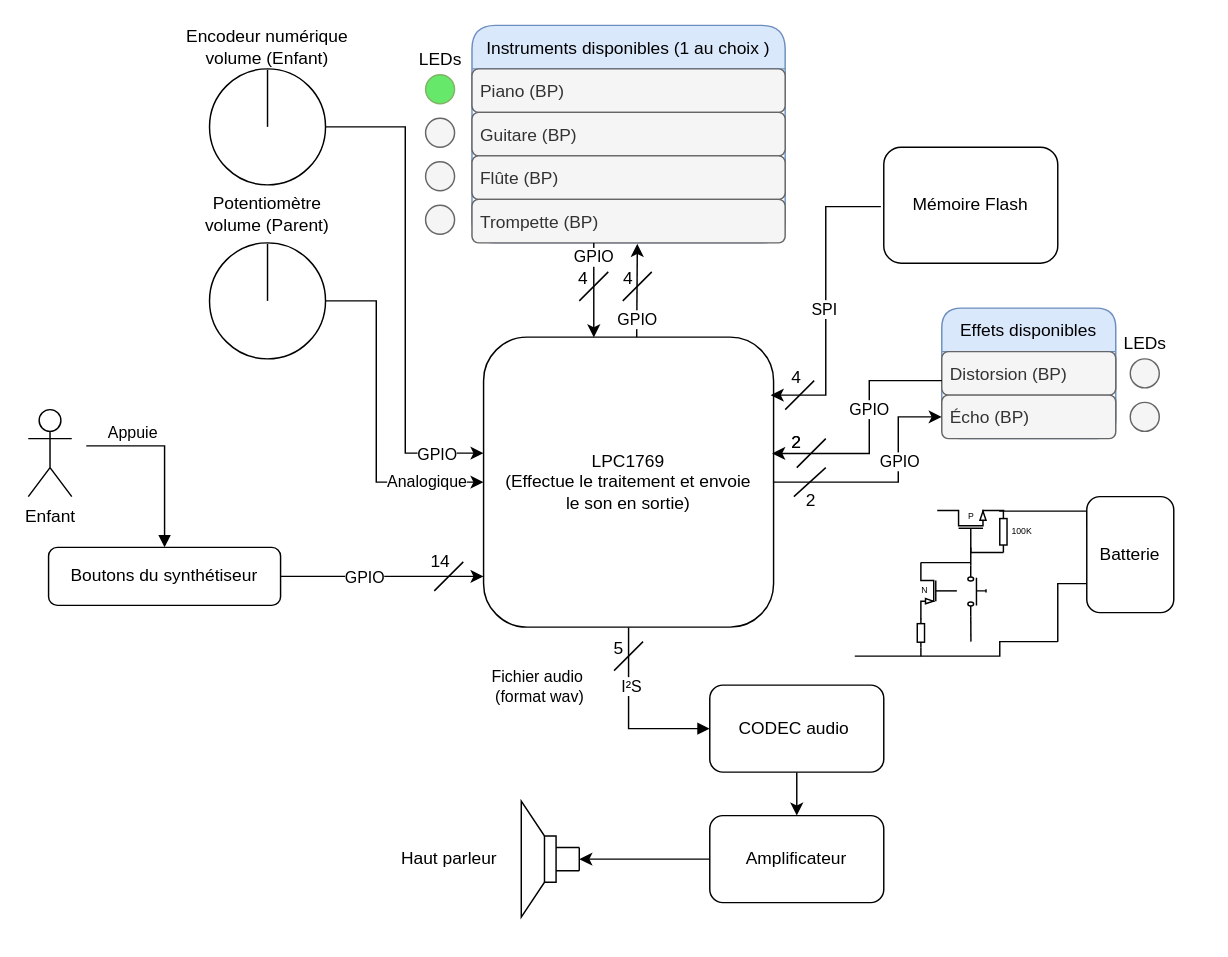
Above: Schemas/Schema_fonctionnel.drawio in Ithoh/ProjetSynthe (draw.io), before the change. Source tidied: cells renumbered, new cells numbered last; positions are measured from the earlier drawing's top-left corner, leaving out a move shared by most shapes. Both pictures are drawn from the tidied source at 145%, with x=0, y=0 at pixel (28, 25).
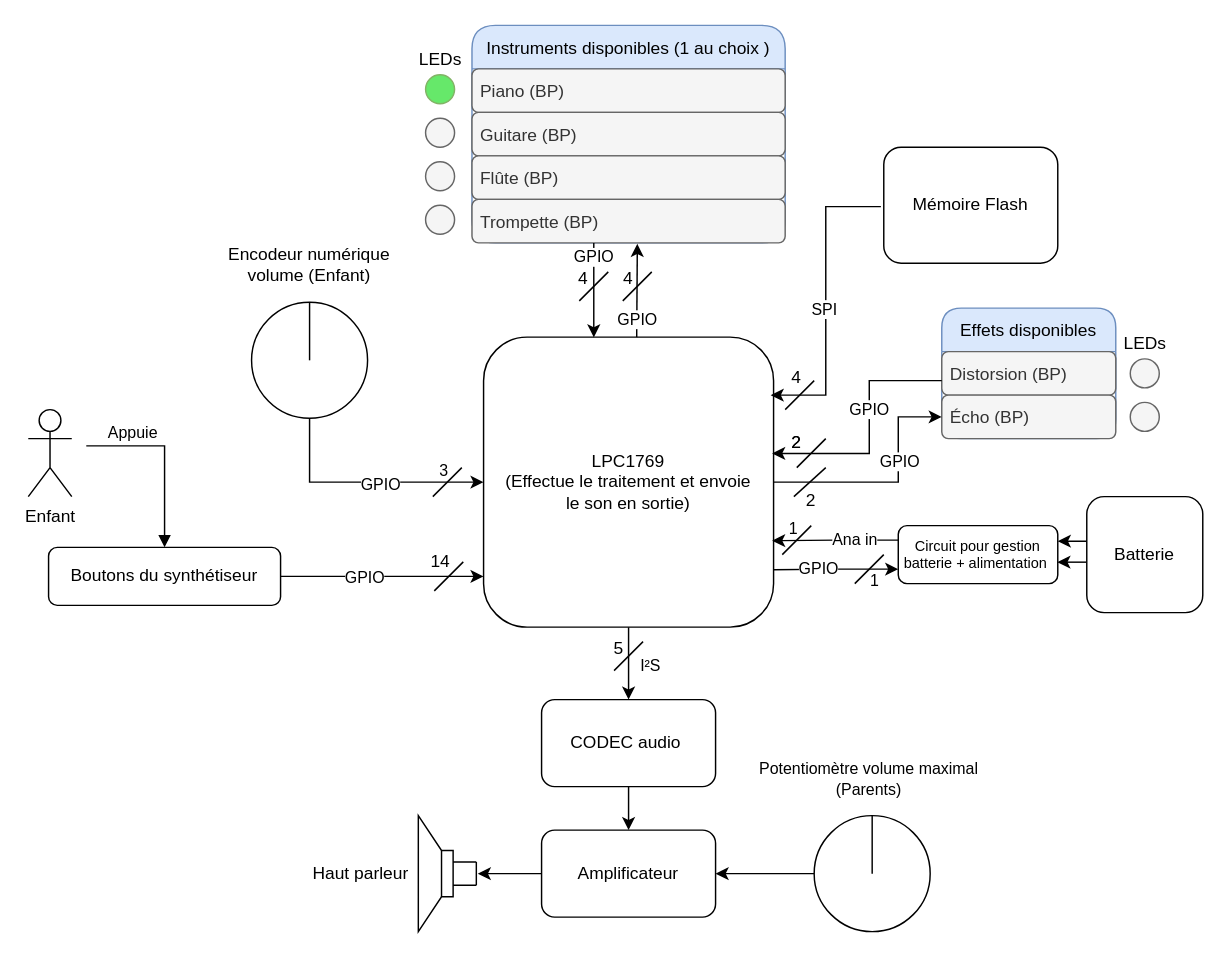
After the change.

Unchanged cells that the change refers to:
```xml
<mxCell id="8" value="LPC1769&lt;br&gt;(Effectue le traitement et envoie&lt;br&gt;le son en sortie)" style="rounded=1;whiteSpace=wrap;html=1;align=center;" parent="1" vertex="1">
  <mxGeometry x="314" y="215" width="200" height="200" as="geometry" />
</mxCell>
```

What changed in the source:
```diff
@@
+    <mxCell id="88" style="edgeStyle=orthogonalEdgeStyle;rounded=0;jettySize=auto;html=1;exitX=0;exitY=0.5;exitDx=0;exitDy=0;entryX=1;entryY=0.5;entryDx=0;entryDy=0;fontSize=11;startArrow=none;startFill=0;endArrow=classic;endFill=1;" parent="1" edge="1" source="89" target="63">
+      <mxGeometry relative="1" as="geometry" />
+    </mxCell>
+    <mxCell id="89" style="ellipse;whiteSpace=wrap;html=1;fontSize=11;fillColor=none;" parent="1" vertex="1">
+      <mxGeometry x="542" y="545" width="80" height="80" as="geometry" />
+    </mxCell>
+    <mxCell id="90" style="edgeStyle=orthogonalEdgeStyle;rounded=0;jettySize=auto;html=1;exitX=0.5;exitY=1;exitDx=0;exitDy=0;entryX=0;entryY=0.5;entryDx=0;entryDy=0;fontSize=11;startArrow=none;startFill=0;endArrow=classic;endFill=1;" parent="1" edge="1" source="33" target="8">
+      <mxGeometry relative="1" as="geometry" />
+    </mxCell>
+    <mxCell id="91" value="GPIO" style="edgeLabel;html=1;align=center;verticalAlign=middle;fontSize=11;" parent="90" vertex="1">
+      <mxGeometry x="0.12" y="-1" relative="1" as="geometry" />
+    </mxCell>
+    <mxCell id="33" style="ellipse;whiteSpace=wrap;html=1;fillColor=none;" parent="1" vertex="1">
+      <mxGeometry x="154" y="191" width="80" height="80" as="geometry" />
+    </mxCell>
@@
-    <mxCell id="5" style="edgeStyle=orthogonalEdgeStyle;rounded=0;jettySize=auto;html=1;endArrow=block;endFill=1;" parent="1" edge="1" source="8">
-      <mxGeometry relative="1" as="geometry">
-        <mxPoint x="470" y="485" as="targetPoint" />
-        <Array as="points">
-          <mxPoint x="414" y="485" />
-        </Array>
-      </mxGeometry>
-    </mxCell>
-    <mxCell id="6" value="Fichier audio&lt;br&gt;&amp;nbsp;(format wav)" style="edgeLabel;html=1;align=center;verticalAlign=middle;" parent="5" vertex="1">
-      <mxGeometry x="-0.6" y="-1" relative="1" as="geometry">
-        <mxPoint x="-63" y="15" as="offset" />
-      </mxGeometry>
-    </mxCell>
-    <mxCell id="7" value="I²S" style="edgeLabel;html=1;align=center;verticalAlign=middle;" parent="5" vertex="1">
-      <mxGeometry x="-0.37" y="1" relative="1" as="geometry" />
-    </mxCell>
+    <mxCell id="92" style="edgeStyle=orthogonalEdgeStyle;rounded=0;jettySize=auto;html=1;exitX=0.5;exitY=1;exitDx=0;exitDy=0;entryX=0.5;entryY=0;entryDx=0;entryDy=0;fontSize=11;startArrow=none;startFill=0;endArrow=classic;endFill=1;" parent="1" edge="1" source="8" target="61">
+      <mxGeometry relative="1" as="geometry" />
+    </mxCell>
@@
-    <mxCell id="23" style="edgeStyle=orthogonalEdgeStyle;rounded=0;jettySize=auto;html=1;exitX=0;exitY=0.25;exitDx=0;exitDy=0;entryX=1;entryY=0;entryDx=0;entryDy=0;entryPerimeter=0;endArrow=none;endFill=0;" parent="1" edge="1" source="25">
-      <mxGeometry relative="1" as="geometry">
-        <mxPoint x="669.6" y="335" as="targetPoint" />
-        <Array as="points">
-          <mxPoint x="730" y="335" />
-        </Array>
-      </mxGeometry>
-    </mxCell>
-    <mxCell id="24" style="edgeStyle=orthogonalEdgeStyle;rounded=0;jettySize=auto;html=1;exitX=0;exitY=0.75;exitDx=0;exitDy=0;fontSize=6;endArrow=none;endFill=0;" parent="1" edge="1" source="25">
-      <mxGeometry relative="1" as="geometry">
-        <mxPoint x="710" y="425" as="targetPoint" />
-      </mxGeometry>
-    </mxCell>
+    <mxCell id="93" style="edgeStyle=orthogonalEdgeStyle;rounded=0;jettySize=auto;html=1;exitX=0;exitY=0.384;exitDx=0;exitDy=0;entryX=1;entryY=0.25;entryDx=0;entryDy=0;fontSize=11;endArrow=classic;endFill=1;exitPerimeter=0;" parent="1" edge="1" source="25" target="97">
+      <mxGeometry relative="1" as="geometry" />
+    </mxCell>
     <mxCell id="25" value="Batterie" style="rounded=1;whiteSpace=wrap;html=1;" parent="1" vertex="1">
-      <mxGeometry x="730" y="325" width="60" height="80" as="geometry" />
+      <mxGeometry x="730" y="325" width="80" height="80" as="geometry" />
     </mxCell>
@@
     <mxCell id="29" style="verticalLabelPosition=bottom;shadow=0;dashed=0;align=center;html=1;verticalAlign=top;shape=mxgraph.electrical.electro-mechanical.loudspeaker;rounded=1;sketch=0;rotation=0;direction=west;" parent="1" vertex="1">
-      <mxGeometry x="340" y="535" width="40" height="80" as="geometry" />
+      <mxGeometry x="269" y="545" width="40" height="80" as="geometry" />
     </mxCell>
@@
-    <mxCell id="31" style="edgeStyle=orthogonalEdgeStyle;rounded=0;jettySize=auto;html=1;" parent="1" edge="1" source="33">
-      <mxGeometry relative="1" as="geometry">
-        <mxPoint x="314" y="295" as="targetPoint" />
-        <Array as="points">
-          <mxPoint x="260" y="70" />
-          <mxPoint x="260" y="295" />
-          <mxPoint x="314" y="295" />
-        </Array>
-      </mxGeometry>
-    </mxCell>
-    <mxCell id="32" value="GPIO" style="edgeLabel;html=1;align=center;verticalAlign=middle;" parent="31" vertex="1">
-      <mxGeometry x="0.8" relative="1" as="geometry" />
-    </mxCell>
-    <mxCell id="33" style="ellipse;whiteSpace=wrap;html=1;fillColor=none;" parent="1" vertex="1">
-      <mxGeometry x="125" y="30" width="80" height="80" as="geometry" />
-    </mxCell>
-    <mxCell id="34" style="endArrow=none;html=1;rounded=0;entryX=0.5;entryY=0.007;entryDx=0;entryDy=0;entryPerimeter=0;" parent="1" edge="1" target="33">
-      <mxGeometry relative="1" as="geometry">
-        <mxPoint x="165" y="70" as="sourcePoint" />
-      </mxGeometry>
-    </mxCell>
     <mxCell id="35" value="Encodeur numérique volume (Enfant)" style="text;html=1;strokeColor=none;fillColor=none;align=center;verticalAlign=middle;whiteSpace=wrap;rounded=0;" parent="1" vertex="1">
-      <mxGeometry x="100" width="130" height="30" as="geometry" />
+      <mxGeometry x="129" y="150" width="130" height="30" as="geometry" />
     </mxCell>
-    <mxCell id="36" style="edgeStyle=orthogonalEdgeStyle;rounded=0;jettySize=auto;html=1;entryX=0;entryY=0.5;entryDx=0;entryDy=0;" parent="1" edge="1" source="38" target="8">
-      <mxGeometry relative="1" as="geometry">
-        <Array as="points">
-          <mxPoint x="240" y="190" />
-          <mxPoint x="240" y="315" />
-        </Array>
-      </mxGeometry>
-    </mxCell>
-    <mxCell id="37" value="Analogique" style="edgeLabel;html=1;align=center;verticalAlign=middle;" parent="36" vertex="1">
-      <mxGeometry x="-0.1" y="-1" relative="1" as="geometry">
-        <mxPoint x="35" y="54" as="offset" />
-      </mxGeometry>
-    </mxCell>
-    <mxCell id="38" style="ellipse;whiteSpace=wrap;html=1;fillColor=none;" parent="1" vertex="1">
-      <mxGeometry x="125" y="150" width="80" height="80" as="geometry" />
-    </mxCell>
-    <mxCell id="39" style="endArrow=none;html=1;rounded=0;entryX=0.5;entryY=0.007;entryDx=0;entryDy=0;entryPerimeter=0;" parent="1" edge="1" target="38">
-      <mxGeometry relative="1" as="geometry">
-        <mxPoint x="165" y="190" as="sourcePoint" />
-      </mxGeometry>
-    </mxCell>
-    <mxCell id="40" value="Potentiomètre volume (Parent)" style="text;html=1;strokeColor=none;fillColor=none;align=center;verticalAlign=middle;whiteSpace=wrap;rounded=0;" parent="1" vertex="1">
-      <mxGeometry x="120" y="115" width="90" height="30" as="geometry" />
-    </mxCell>
@@
     <mxCell id="61" value="CODEC audio&amp;nbsp;" style="rounded=1;whiteSpace=wrap;html=1;" parent="1" vertex="1">
-      <mxGeometry x="470" y="455" width="120" height="60" as="geometry" />
+      <mxGeometry x="354" y="465" width="120" height="60" as="geometry" />
     </mxCell>
     <mxCell id="62" style="edgeStyle=orthogonalEdgeStyle;rounded=0;jettySize=auto;html=1;startArrow=none;startFill=0;endArrow=classic;endFill=1;" parent="1" edge="1" source="63">
       <mxGeometry relative="1" as="geometry">
-        <mxPoint x="380" y="575" as="targetPoint" />
+        <mxPoint x="310" y="585" as="targetPoint" />
       </mxGeometry>
     </mxCell>
     <mxCell id="63" value="Amplificateur" style="rounded=1;whiteSpace=wrap;html=1;" parent="1" vertex="1">
-      <mxGeometry x="470" y="545" width="120" height="60" as="geometry" />
+      <mxGeometry x="354" y="555" width="120" height="60" as="geometry" />
     </mxCell>
     <mxCell id="64" value="Haut parleur" style="text;html=1;align=center;verticalAlign=middle;strokeColor=none;fillColor=none;" parent="1" vertex="1">
-      <mxGeometry x="250" y="565" width="80" height="20" as="geometry" />
+      <mxGeometry x="189" y="575" width="80" height="20" as="geometry" />
     </mxCell>
@@
-    <mxCell id="74" style="edgeStyle=orthogonalEdgeStyle;rounded=0;jettySize=auto;html=1;exitX=1;exitY=0.5;exitDx=0;exitDy=0;exitPerimeter=0;fontSize=6;endArrow=none;endFill=0;" parent="1" edge="1" source="75">
-      <mxGeometry relative="1" as="geometry">
-        <mxPoint x="650" y="363.5" as="targetPoint" />
-      </mxGeometry>
-    </mxCell>
-    <mxCell id="75" style="verticalLabelPosition=bottom;shadow=0;dashed=0;align=center;html=1;verticalAlign=top;shape=mxgraph.electrical.resistors.resistor_1;fontSize=6;direction=south;" parent="1" vertex="1">
-      <mxGeometry x="670" y="335" width="5" height="28.5" as="geometry" />
-    </mxCell>
-    <mxCell id="76" style="edgeStyle=orthogonalEdgeStyle;rounded=0;jettySize=auto;html=1;exitX=0;exitY=0.84;exitDx=0;exitDy=0;exitPerimeter=0;entryX=0;entryY=0.5;entryDx=0;entryDy=0;entryPerimeter=0;fontSize=6;endArrow=none;endFill=0;" parent="1" edge="1" source="78">
-      <mxGeometry relative="1" as="geometry">
-        <mxPoint x="650" y="360" as="targetPoint" />
-      </mxGeometry>
-    </mxCell>
-    <mxCell id="77" style="edgeStyle=orthogonalEdgeStyle;rounded=0;jettySize=auto;html=1;exitX=1;exitY=0.84;exitDx=0;exitDy=0;exitPerimeter=0;fontSize=6;endArrow=none;endFill=0;" parent="1" edge="1" source="78">
-      <mxGeometry relative="1" as="geometry">
-        <mxPoint x="650.1" y="425" as="targetPoint" />
-      </mxGeometry>
-    </mxCell>
-    <mxCell id="78" style="verticalLabelPosition=bottom;shadow=0;dashed=0;align=center;html=1;verticalAlign=top;shape=mxgraph.electrical.electro-mechanical.push_switch_no;fontSize=6;direction=south;" parent="1" vertex="1">
-      <mxGeometry x="648" y="372.5" width="12.5" height="35" as="geometry" />
-    </mxCell>
-    <mxCell id="79" value="100K" style="text;html=1;align=center;verticalAlign=middle;strokeColor=none;fillColor=none;fontSize=6;" parent="1" vertex="1">
-      <mxGeometry x="670" y="344.2" width="30" height="10" as="geometry" />
-    </mxCell>
-    <mxCell id="80" style="verticalLabelPosition=bottom;shadow=0;dashed=0;align=center;html=1;verticalAlign=top;shape=mxgraph.electrical.transistors.nmos;fontSize=6;rotation=-90;" parent="1" vertex="1">
-      <mxGeometry x="632.1" y="326.2" width="35.8" height="46.3" as="geometry" />
-    </mxCell>
-    <mxCell id="81" style="edgeStyle=orthogonalEdgeStyle;rounded=0;jettySize=auto;html=1;exitX=1;exitY=1;exitDx=0;exitDy=0;exitPerimeter=0;fontSize=6;endArrow=none;endFill=0;" parent="1" edge="1" source="82">
-      <mxGeometry relative="1" as="geometry">
-        <mxPoint x="650" y="370.6" as="targetPoint" />
-      </mxGeometry>
-    </mxCell>
-    <mxCell id="82" style="verticalLabelPosition=bottom;shadow=0;dashed=0;align=center;html=1;verticalAlign=top;shape=mxgraph.electrical.transistors.pmos;fontSize=6;flipV=1;flipH=1;" parent="1" vertex="1">
-      <mxGeometry x="608" y="370.5" width="40" height="39" as="geometry" />
-    </mxCell>
-    <mxCell id="83" style="endArrow=none;html=1;rounded=0;fontSize=6;" parent="1" edge="1">
-      <mxGeometry relative="1" as="geometry">
-        <mxPoint x="570" y="435" as="sourcePoint" />
-        <mxPoint x="710" y="425" as="targetPoint" />
-        <Array as="points">
-          <mxPoint x="640" y="435" />
-          <mxPoint x="670" y="435" />
-          <mxPoint x="670" y="425" />
-        </Array>
-      </mxGeometry>
-    </mxCell>
-    <mxCell id="84" style="edgeStyle=orthogonalEdgeStyle;rounded=0;jettySize=auto;html=1;exitX=1;exitY=0.5;exitDx=0;exitDy=0;exitPerimeter=0;fontSize=6;endArrow=none;endFill=0;" parent="1" edge="1" source="85">
-      <mxGeometry relative="1" as="geometry">
-        <mxPoint x="615.6" y="435" as="targetPoint" />
-      </mxGeometry>
-    </mxCell>
-    <mxCell id="85" style="verticalLabelPosition=bottom;shadow=0;dashed=0;align=center;html=1;verticalAlign=top;shape=mxgraph.electrical.resistors.resistor_1;fontSize=6;direction=south;" parent="1" vertex="1">
-      <mxGeometry x="613.1" y="409" width="5" height="20" as="geometry" />
-    </mxCell>
-    <mxCell id="86" value="P" style="text;html=1;align=center;verticalAlign=middle;strokeColor=none;fillColor=none;fontSize=6;" parent="1" vertex="1">
-      <mxGeometry x="640" y="334.2" width="20" height="10" as="geometry" />
-    </mxCell>
-    <mxCell id="87" value="N" style="text;html=1;align=center;verticalAlign=middle;strokeColor=none;fillColor=none;fontSize=6;" parent="1" vertex="1">
-      <mxGeometry x="608" y="385" width="20" height="10" as="geometry" />
-    </mxCell>
+    <mxCell id="94" value="Ana in" style="edgeStyle=orthogonalEdgeStyle;rounded=0;jettySize=auto;html=1;exitX=0;exitY=0.25;exitDx=0;exitDy=0;entryX=0.995;entryY=0.702;entryDx=0;entryDy=0;entryPerimeter=0;fontSize=11;endArrow=classic;endFill=1;" parent="1" edge="1" source="97" target="8">
+      <mxGeometry x="-0.31" relative="1" as="geometry" />
+    </mxCell>
+    <mxCell id="95" style="edgeStyle=orthogonalEdgeStyle;rounded=0;jettySize=auto;html=1;exitX=0;exitY=0.75;exitDx=0;exitDy=0;entryX=0.999;entryY=0.802;entryDx=0;entryDy=0;entryPerimeter=0;fontSize=11;endArrow=none;endFill=0;startArrow=classic;startFill=1;" parent="1" edge="1" source="97" target="8">
+      <mxGeometry relative="1" as="geometry" />
+    </mxCell>
+    <mxCell id="96" value="GPIO" style="edgeLabel;html=1;align=center;verticalAlign=middle;fontSize=11;" parent="95" vertex="1">
+      <mxGeometry x="0.42" relative="1" as="geometry">
+        <mxPoint x="5" y="-1" as="offset" />
+      </mxGeometry>
+    </mxCell>
+    <mxCell id="97" value="&lt;font size=&quot;1&quot;&gt;Circuit pour gestion batterie + alimentation&amp;nbsp;&lt;/font&gt;" style="rounded=1;whiteSpace=wrap;html=1;fontSize=6;" parent="1" vertex="1">
+      <mxGeometry x="600" y="345" width="110" height="40" as="geometry" />
+    </mxCell>
+    <mxCell id="98" style="edgeStyle=orthogonalEdgeStyle;rounded=0;jettySize=auto;html=1;exitX=-0.003;exitY=0.565;exitDx=0;exitDy=0;entryX=0.997;entryY=0.626;entryDx=0;entryDy=0;fontSize=11;endArrow=classic;endFill=1;exitPerimeter=0;entryPerimeter=0;" parent="1" edge="1" source="25" target="97">
+      <mxGeometry relative="1" as="geometry" />
+    </mxCell>
+    <mxCell id="99" style="endArrow=none;html=1;rounded=0;fontSize=11;" parent="1" edge="1">
+      <mxGeometry relative="1" as="geometry">
+        <mxPoint x="520" y="365" as="sourcePoint" />
+        <mxPoint x="540" y="345" as="targetPoint" />
+      </mxGeometry>
+    </mxCell>
+    <mxCell id="100" style="endArrow=none;html=1;rounded=0;fontSize=11;" parent="1" edge="1">
+      <mxGeometry relative="1" as="geometry">
+        <mxPoint x="570" y="385" as="sourcePoint" />
+        <mxPoint x="590" y="365" as="targetPoint" />
+      </mxGeometry>
+    </mxCell>
+    <mxCell id="101" value="1" style="text;html=1;strokeColor=none;fillColor=none;align=center;verticalAlign=middle;whiteSpace=wrap;rounded=0;fontSize=11;" parent="1" vertex="1">
+      <mxGeometry x="523" y="342" width="10" height="10" as="geometry" />
+    </mxCell>
+    <mxCell id="102" value="1" style="text;html=1;strokeColor=none;fillColor=none;align=center;verticalAlign=middle;whiteSpace=wrap;rounded=0;fontSize=11;" parent="1" vertex="1">
+      <mxGeometry x="579" y="378" width="10" height="10" as="geometry" />
+    </mxCell>
+    <mxCell id="103" style="endArrow=none;html=1;rounded=0;fontSize=11;entryX=0.5;entryY=0;entryDx=0;entryDy=0;" parent="1" edge="1" target="33">
+      <mxGeometry relative="1" as="geometry">
+        <mxPoint x="194" y="231" as="sourcePoint" />
+      </mxGeometry>
+    </mxCell>
+    <mxCell id="104" style="endArrow=none;html=1;rounded=0;fontSize=11;" parent="1" edge="1">
+      <mxGeometry relative="1" as="geometry">
+        <mxPoint x="279" y="325" as="sourcePoint" />
+        <mxPoint x="299" y="305" as="targetPoint" />
+      </mxGeometry>
+    </mxCell>
+    <mxCell id="105" value="3" style="text;html=1;strokeColor=none;fillColor=none;align=center;verticalAlign=middle;whiteSpace=wrap;rounded=0;fontSize=11;" parent="1" vertex="1">
+      <mxGeometry x="284" y="299" width="6" height="15" as="geometry" />
+    </mxCell>
+    <mxCell id="7" value="I²S" style="text;html=1;align=center;verticalAlign=middle;strokeColor=none;fillColor=none;fontSize=11;" parent="1" vertex="1">
+      <mxGeometry x="414" y="432" width="30" height="20" as="geometry" />
+    </mxCell>
+    <mxCell id="106" style="endArrow=none;html=1;rounded=0;fontSize=11;entryX=0.5;entryY=0;entryDx=0;entryDy=0;" parent="1" edge="1" target="89">
+      <mxGeometry relative="1" as="geometry">
+        <mxPoint x="582" y="585" as="sourcePoint" />
+      </mxGeometry>
+    </mxCell>
+    <mxCell id="107" value="Potentiomètre volume maximal&lt;br&gt;(Parents)" style="text;html=1;strokeColor=none;fillColor=none;align=center;verticalAlign=middle;whiteSpace=wrap;rounded=0;fontSize=11;" parent="1" vertex="1">
+      <mxGeometry x="500" y="505" width="160" height="30" as="geometry" />
+    </mxCell>
```
